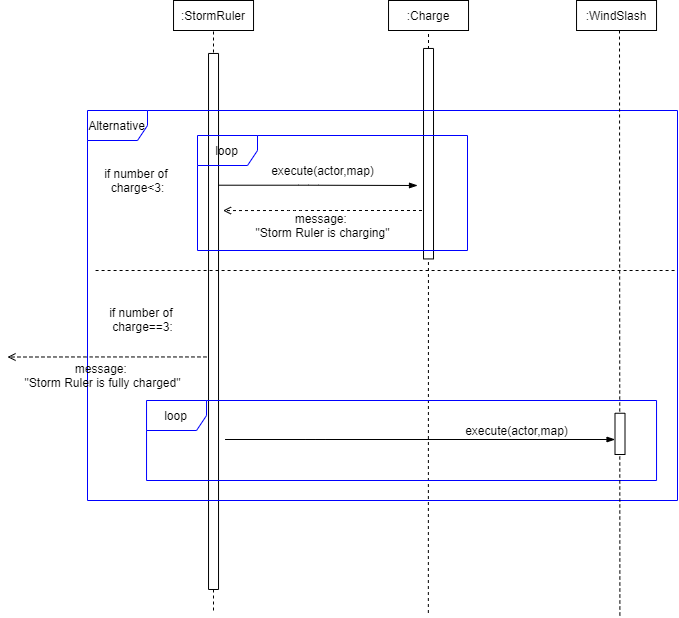
Before: docs/sequence diagram - StormRuler.getActiveAction().png, a diagram exported from draw.io (zqwxxg/oop). Source tidied: cells renumbered, new cells last; positions are measured from the earlier drawing's top-left corner, leaving out a move shared by most shapes.
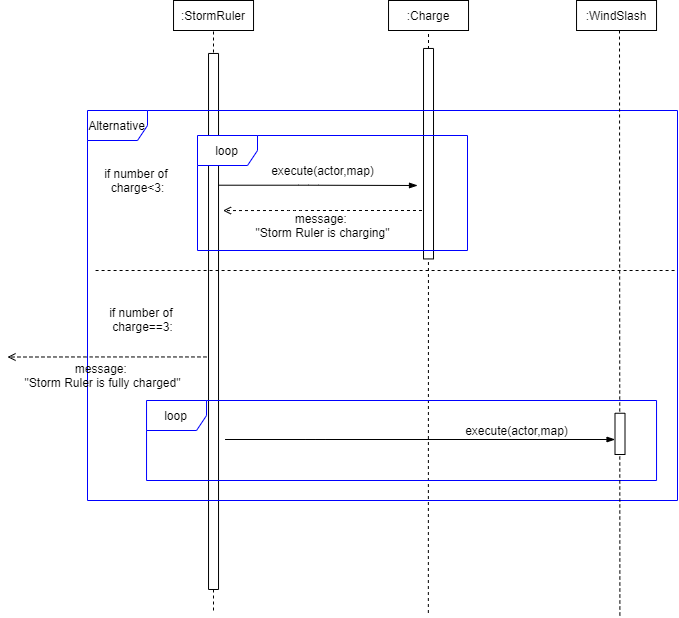
The same diagram one commit later.

Commit message:
modified sequence diagram

What changed in the source:
```diff
@@ -50,10 +50,10 @@
     <mxCell id="13" value="execute(actor,map)" style="text;html=1;align=center;verticalAlign=middle;strokeColor=none;fillColor=none;" parent="1" vertex="1">
       <mxGeometry x="317" y="160" width="120" height="20" as="geometry" />
     </mxCell>
-    <mxCell id="14" value="loop" style="shape=umlFrame;whiteSpace=wrap;html=1;fillColor=none;strokeColor=#0000FF;" parent="1" vertex="1">
+    <mxCell id="14" value="loop" style="shape=umlFrame;whiteSpace=wrap;html=1;strokeColor=#0000FF;" parent="1" vertex="1">
       <mxGeometry x="252" y="135" width="270" height="115" as="geometry" />
     </mxCell>
-    <mxCell id="15" value="loop" style="shape=umlFrame;whiteSpace=wrap;html=1;strokeColor=#0000FF;fillColor=none;" parent="1" vertex="1">
+    <mxCell id="15" value="loop" style="shape=umlFrame;whiteSpace=wrap;html=1;strokeColor=#0000FF;" parent="1" vertex="1">
       <mxGeometry x="201" y="400" width="510" height="80" as="geometry" />
     </mxCell>
     <mxCell id="16" value="execute(actor,map)" style="text;html=1;align=center;verticalAlign=middle;strokeColor=none;fillColor=none;" parent="1" vertex="1">
```
